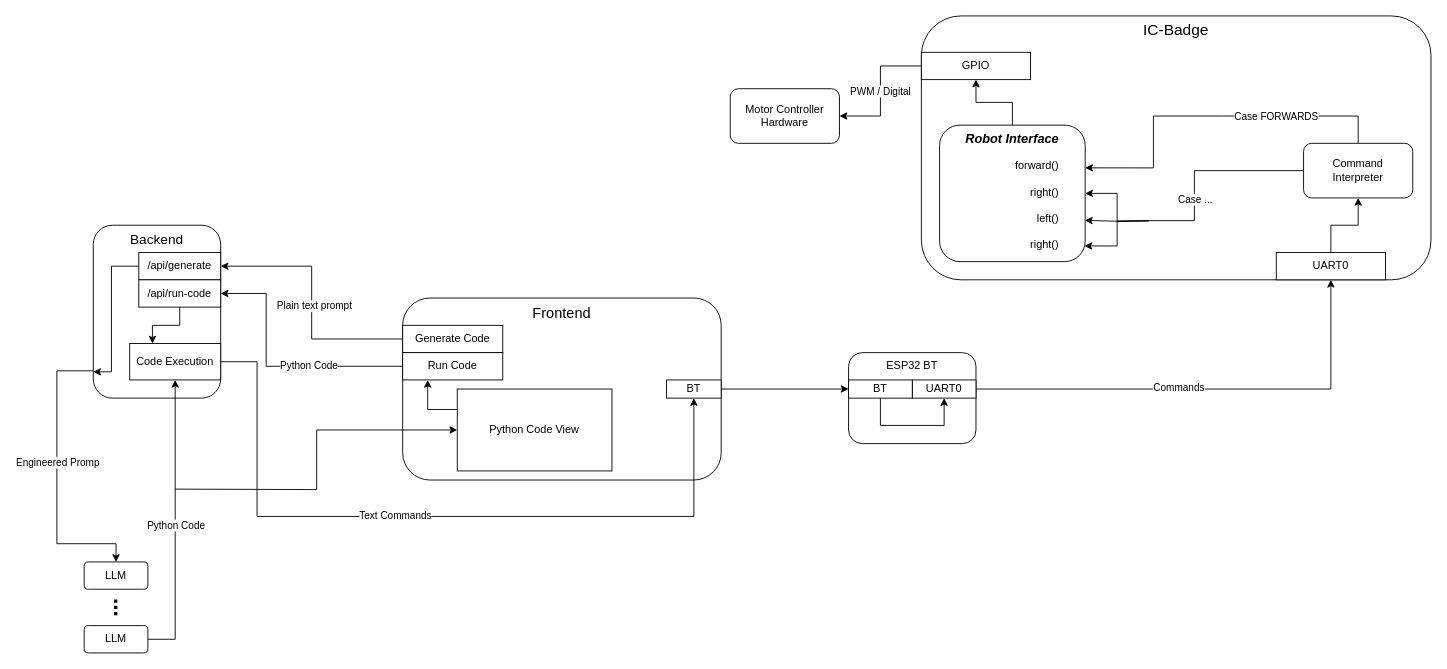
edu-rob/edu-rob-hw keeps this draw.io diagram as keycard/KeycardStateDiagram.drawio. Above is the earlier version. Source tidied: cells renumbered, new cells numbered last; positions are measured from the earlier drawing's top-left corner, leaving out a move shared by most shapes. Both pictures are drawn from the tidied source at 91%, with x=0, y=0 at pixel (56, 15).
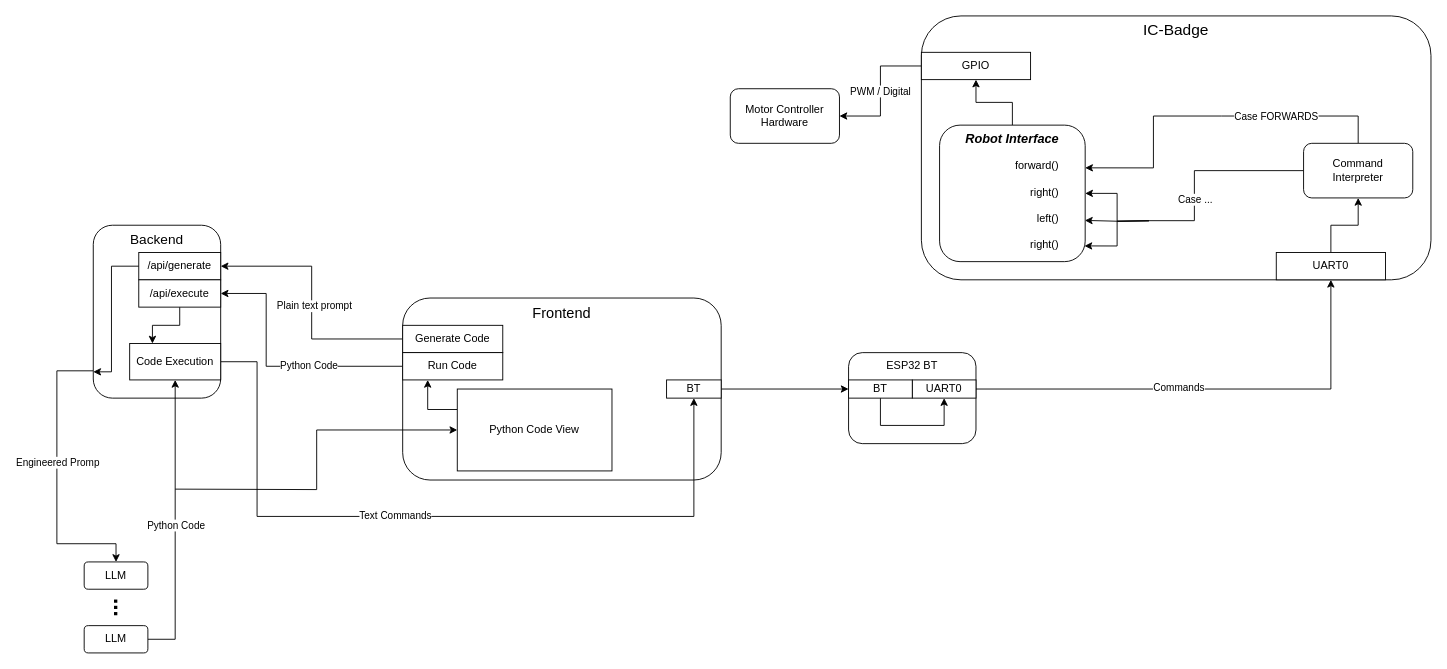
After the change.

Diff of the diagram source:
```diff
@@
-    <mxCell id="49" value="/api/run-code" style="whiteSpace=wrap;html=1;" parent="1" vertex="1">
+    <mxCell id="49" value="/api/execute" style="whiteSpace=wrap;html=1;" parent="1" vertex="1">
       <mxGeometry x="90" y="290" width="90" height="30" as="geometry" />
     </mxCell>
```
